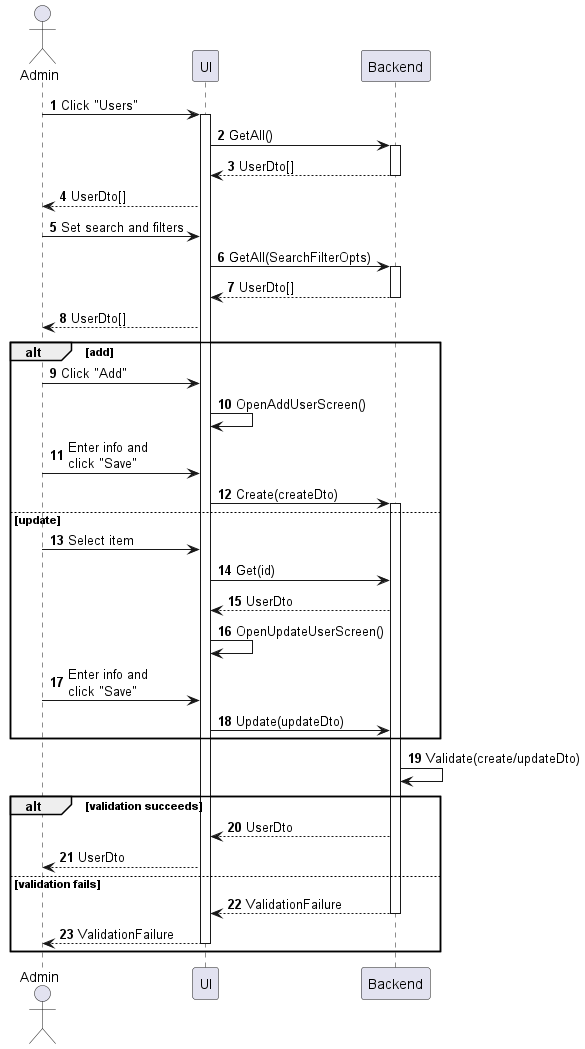
Earlier version of the PlantUML export sequences/user-manage.png (phihungha/scmss-reqs).
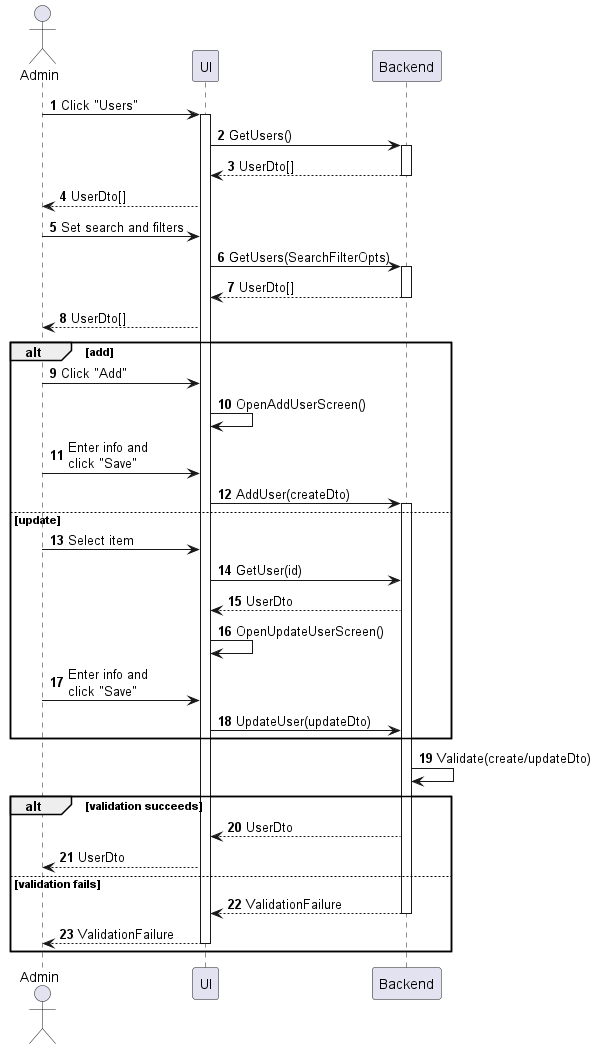
The same diagram one commit later.

Change to the diagram source:
```diff
@@ -7,12 +7,12 @@
 
 a -> f : Click "Users"
 activate f
-f -> b : GetAll()
+f -> b : GetUsers()
 activate b
 return UserDto[]
 f --> a : UserDto[]
 a -> f : Set search and filters
-f -> b : GetAll(SearchFilterOpts)
+f -> b : GetUsers(SearchFilterOpts)
 activate b
 return UserDto[]
 f --> a : UserDto[]
@@ -21,15 +21,15 @@
     a -> f : Click "Add"
     f -> f : OpenAddUserScreen()
     a -> f : Enter info and\nclick "Save"
-    f -> b : Create(createDto)
+    f -> b : AddUser(createDto)
     activate b
 else update
     a -> f : Select item
-    f -> b : Get(id)
+    f -> b : GetUser(id)
     b --> f : UserDto
     f -> f : OpenUpdateUserScreen()
     a -> f : Enter info and\nclick "Save"
-    f -> b : Update(updateDto)
+    f -> b : UpdateUser(updateDto)
 end
 
 b -> b : Validate(create/updateDto)
```
